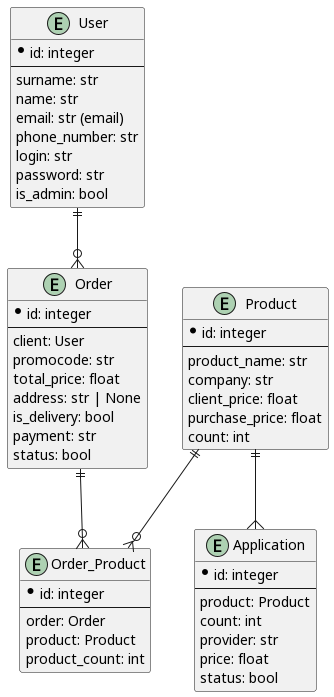
Before: docs/ER-диаграмма для базы данных.png, a diagram exported from PlantUML (Dmitriy-M1319/CrystalApp).
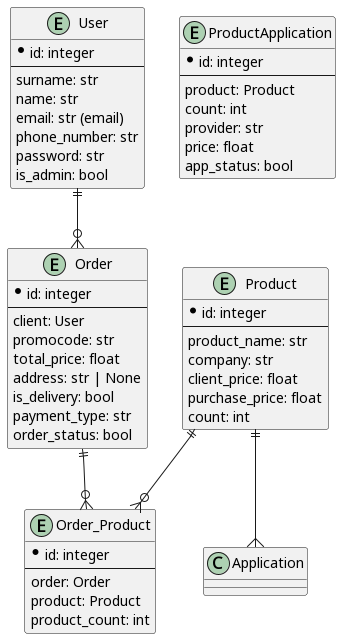
After the commit.

The edit, as a diff of the source:
```diff
@@ -15,7 +15,6 @@
     name: str
     email: str (email)
     phone_number: str
-    login: str
     password: str
     is_admin: bool
 }
@@ -27,8 +26,8 @@
     total_price: float
     address: str | None
     is_delivery: bool
-    payment: str
-    status: bool
+    payment_type: str
+    order_status: bool
 }
 entity Order_Product {
     * id: integer
@@ -37,14 +36,14 @@
     product: Product
     product_count: int
 }
-entity Application {
+entity ProductApplication {
     * id: integer
     --
     product: Product
     count: int
     provider: str
     price: float
-    status: bool
+    app_status: bool
 }
 
 User ||--o{ Order
```
